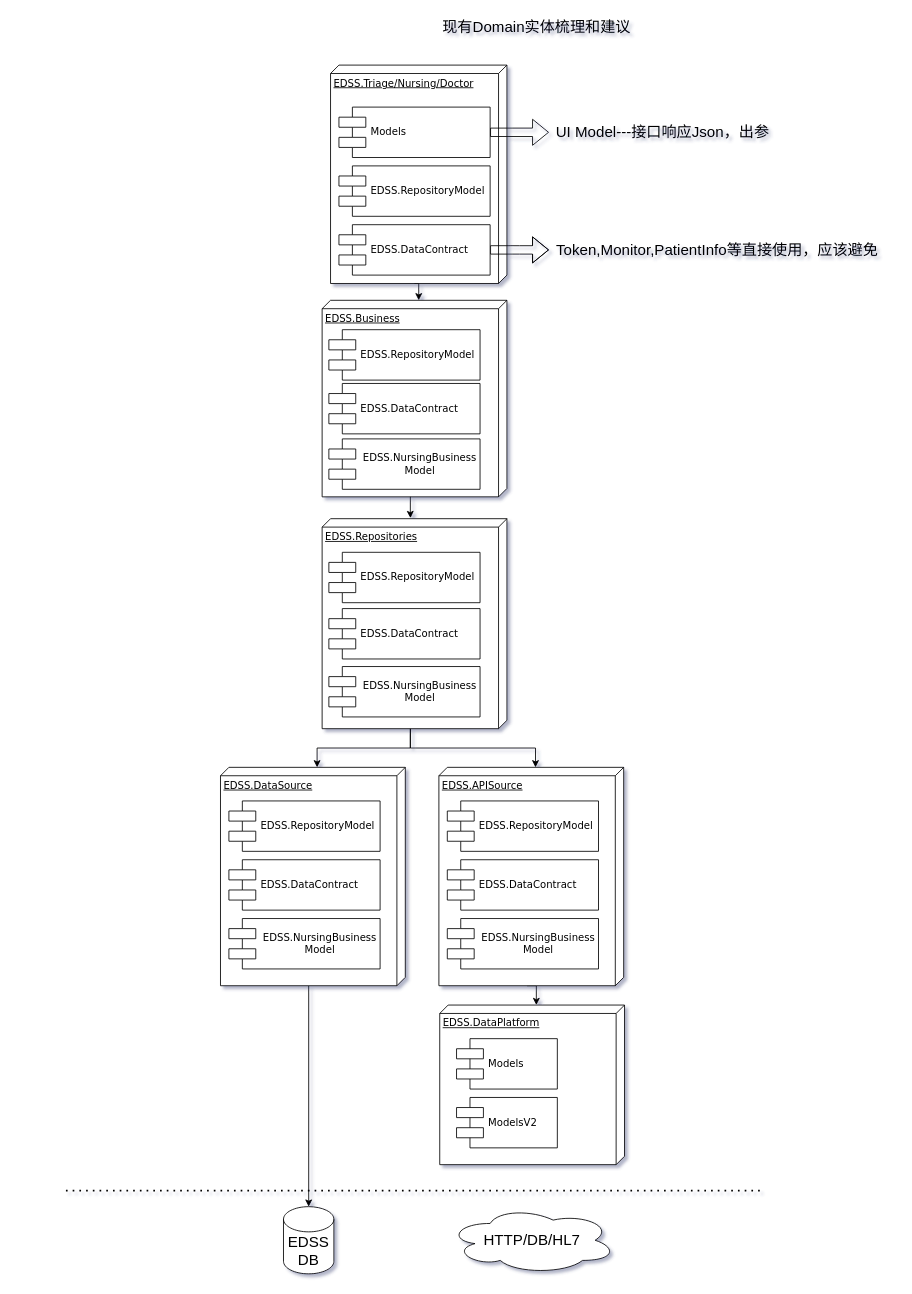
zmh0624/ZMH.Common keeps this draw.io diagram as Untitled Diagram.drawio. Above is the earlier version. Source tidied: cells renumbered, new cells numbered last; positions are measured from the earlier drawing's top-left corner, leaving out a move shared by most shapes. Both pictures are drawn from the tidied source at 84%, with x=0, y=0 at pixel (66, 14).
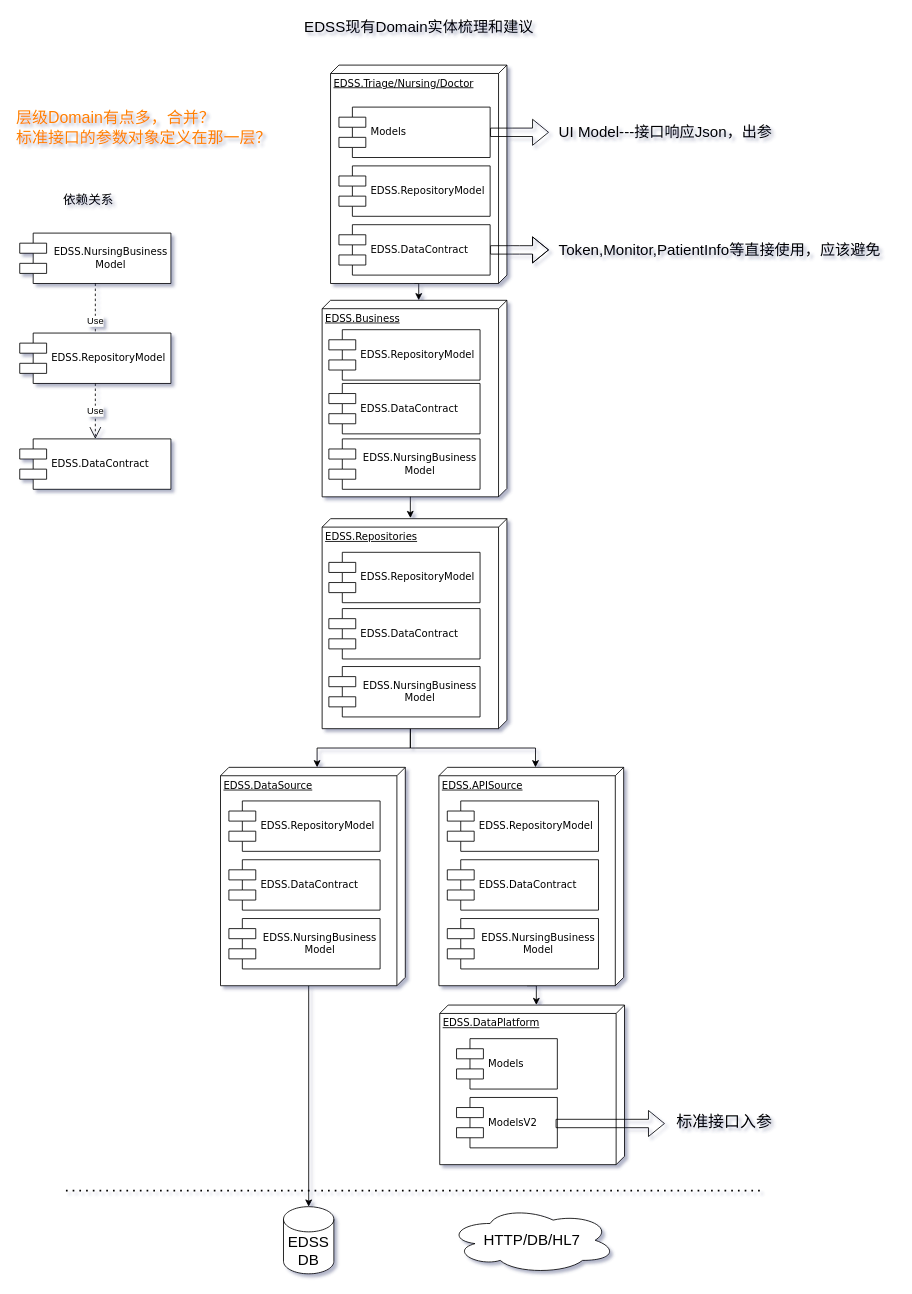
After the change.

The edit, as a diff of the source:
```diff
@@
-    <mxCell id="20" value="现有Domain实体梳理和建议" style="text;html=1;align=center;verticalAlign=middle;fillColor=none;strokeColor=none;rounded=0;fontSize=18;" parent="1" vertex="1">
-      <mxGeometry x="440" width="240" height="30" as="geometry" />
+    <mxCell id="20" value="EDSS现有Domain实体梳理和建议" style="text;html=1;align=center;verticalAlign=middle;fillColor=none;strokeColor=none;rounded=0;fontSize=18;" parent="1" vertex="1">
+      <mxGeometry x="275" width="290" height="30" as="geometry" />
     </mxCell>
@@
-    <mxCell id="32" value="Token,Monitor,PatientInfo等直接使用，应该避免" style="text;html=1;align=center;verticalAlign=middle;fillColor=none;strokeColor=none;rounded=0;fontSize=18;" parent="1" vertex="1">
-      <mxGeometry x="575" y="265" width="400" height="30" as="geometry" />
+    <mxCell id="32" value="Token,Monitor,PatientInfo等直接使用，应该避免" style="text;html=1;align=left;verticalAlign=middle;fillColor=none;strokeColor=none;rounded=0;fontSize=18;" parent="1" vertex="1">
+      <mxGeometry x="585" y="265" width="400" height="30" as="geometry" />
     </mxCell>
@@
-    <mxCell id="37" value="UI Model---接口响应Json，出参" style="text;html=1;align=center;verticalAlign=middle;fillColor=none;strokeColor=none;rounded=0;fontSize=18;" parent="1" vertex="1">
-      <mxGeometry x="575" y="125" width="270" height="30" as="geometry" />
+    <mxCell id="37" value="UI Model---接口响应Json，出参" style="text;html=1;align=left;verticalAlign=middle;fillColor=none;strokeColor=none;rounded=0;fontSize=18;" parent="1" vertex="1">
+      <mxGeometry x="585" y="125" width="270" height="30" as="geometry" />
     </mxCell>
@@
+    <mxCell id="39" value="EDSS.NursingBusiness&lt;br&gt;Model" style="shape=component;align=center;spacingLeft=36;rounded=0;shadow=0;comic=0;labelBackgroundColor=none;strokeWidth=1;fontFamily=Verdana;fontSize=12;html=1;" parent="1" vertex="1">
+      <mxGeometry x="-55" y="260" width="180" height="60" as="geometry" />
+    </mxCell>
+    <mxCell id="40" value="Use" style="endArrow=open;endSize=12;dashed=1;html=1;exitX=0.5;exitY=1;exitDx=0;exitDy=0;" parent="1" edge="1" source="39">
+      <mxGeometry relative="1" as="geometry">
+        <mxPoint x="35" y="410" as="targetPoint" />
+      </mxGeometry>
+    </mxCell>
+    <mxCell id="41" value="EDSS.RepositoryModel" style="shape=component;align=left;spacingLeft=36;rounded=0;shadow=0;comic=0;labelBackgroundColor=none;strokeWidth=1;fontFamily=Verdana;fontSize=12;html=1;" parent="1" vertex="1">
+      <mxGeometry x="-55" y="379" width="180" height="60" as="geometry" />
+    </mxCell>
+    <mxCell id="42" value="EDSS.DataContract" style="shape=component;align=left;spacingLeft=36;rounded=0;shadow=0;comic=0;labelBackgroundColor=none;strokeWidth=1;fontFamily=Verdana;fontSize=12;html=1;" parent="1" vertex="1">
+      <mxGeometry x="-55" y="505" width="180" height="60" as="geometry" />
+    </mxCell>
+    <mxCell id="43" value="Use" style="endArrow=open;endSize=12;dashed=1;html=1;entryX=0.5;entryY=0;entryDx=0;entryDy=0;exitX=0.5;exitY=1;exitDx=0;exitDy=0;" parent="1" edge="1" source="41" target="42">
+      <mxGeometry relative="1" as="geometry" />
+    </mxCell>
+    <mxCell id="44" value="依赖关系" style="text;html=1;align=left;verticalAlign=middle;fillColor=none;strokeColor=none;rounded=0;rotation=0;fontSize=15;" parent="1" vertex="1">
+      <mxGeometry x="-5" y="210" width="80" height="20" as="geometry" />
+    </mxCell>
+    <mxCell id="45" value="层级Domain有点多，合并？&lt;br&gt;标准接口的参数对象定义在那一层？" style="text;html=1;align=left;verticalAlign=middle;fillColor=none;strokeColor=none;rounded=0;fontSize=19;fontColor=#FF8000;" parent="1" vertex="1">
+      <mxGeometry x="-61" y="110" width="320" height="50" as="geometry" />
+    </mxCell>
+    <mxCell id="46" style="shape=flexArrow;endArrow=classic;html=1;fontSize=19;fontColor=#FF8000;" parent="1" edge="1">
+      <mxGeometry relative="1" as="geometry">
+        <mxPoint x="583" y="1320" as="sourcePoint" />
+        <mxPoint x="713" y="1320" as="targetPoint" />
+      </mxGeometry>
+    </mxCell>
+    <mxCell id="47" value="标准接口入参" style="text;html=1;align=left;verticalAlign=middle;fillColor=none;strokeColor=none;rounded=0;fontSize=19;" parent="1" vertex="1">
+      <mxGeometry x="725" y="1304" width="130" height="30" as="geometry" />
+    </mxCell>
```
